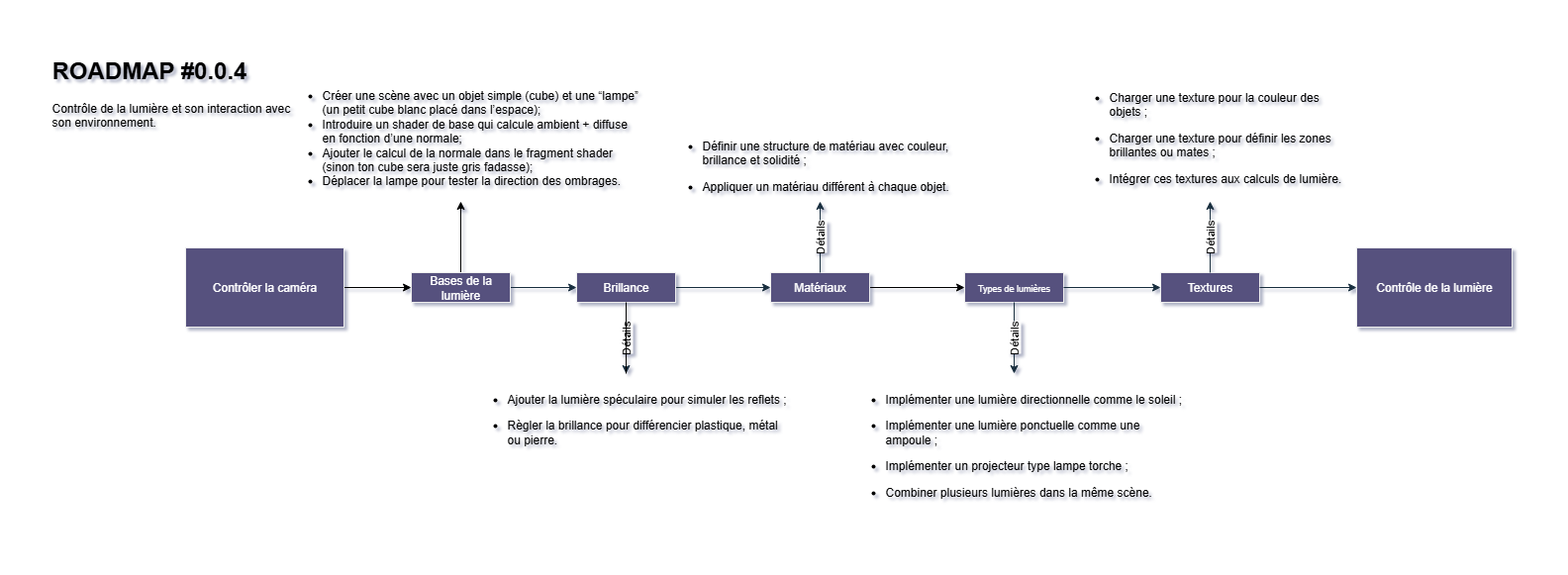
Above: Gestion de projet/Roadmaps/RoadMapV0.0.4.drawio.png in elliotdefurne/OpenGLProject (draw.io), before the change. Source tidied: cells renumbered, new cells last; positions are measured from the earlier drawing's top-left corner, leaving out a move shared by most shapes.
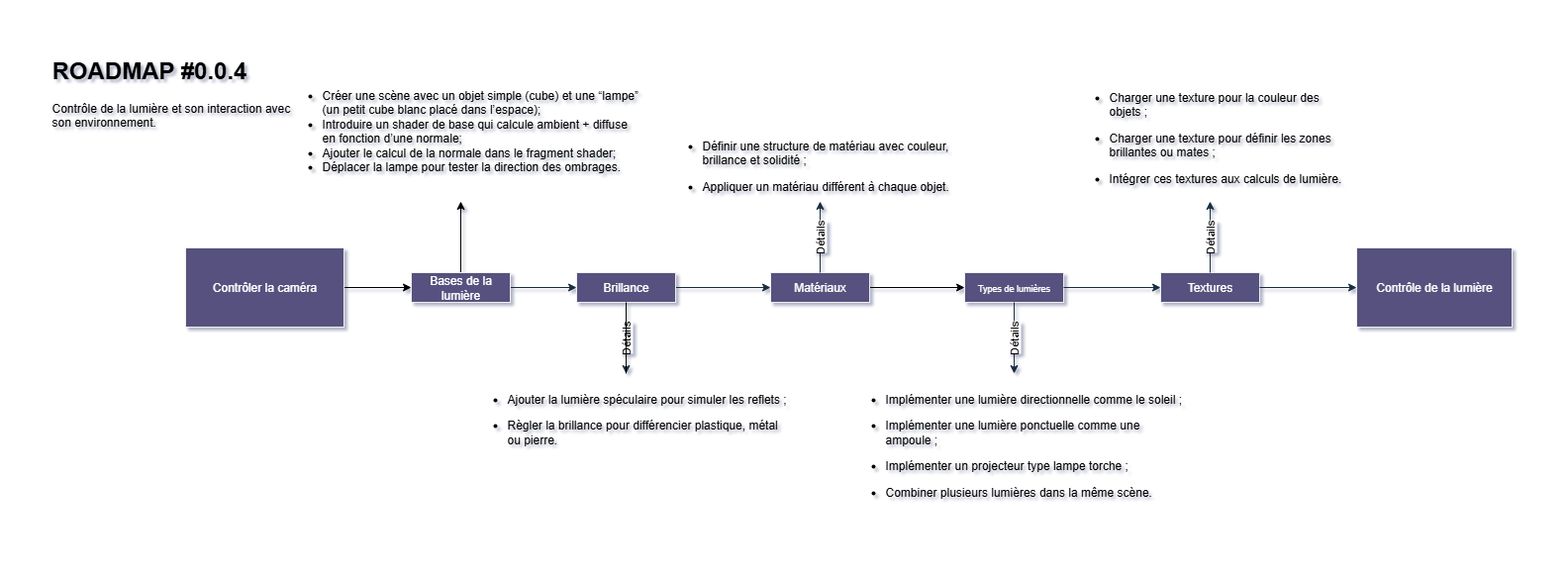
Later version of the same file.

What changed in the source:
```diff
@@ -59,7 +59,7 @@
     <mxCell id="20" value="Bases de la lumière" style="rounded=0;whiteSpace=wrap;html=1;align=center;labelBackgroundColor=none;fillColor=#56517E;strokeColor=#EEEEEE;fontColor=#FFFFFF;" parent="1" vertex="1">
       <mxGeometry x="365" y="225" width="100" height="30" as="geometry" />
     </mxCell>
-    <mxCell id="21" value="&lt;ul&gt;&lt;li&gt;Créer une scène avec un objet simple (cube) et une “lampe” (un petit cube blanc placé dans l’espace);&lt;/li&gt;&lt;li&gt;Introduire un shader de base qui calcule ambient + diffuse en fonction d’une normale;&lt;/li&gt;&lt;li&gt;Ajouter le calcul de la normale dans le fragment shader (sinon ton cube sera juste gris fadasse);&lt;/li&gt;&lt;li&gt;Déplacer la lampe pour tester la direction des ombrages.&lt;/li&gt;&lt;/ul&gt;" style="text;html=1;whiteSpace=wrap;overflow=hidden;rounded=0;labelBackgroundColor=none;fontColor=light-dark(#000000, #121212);align=left;" parent="1" vertex="1">
+    <mxCell id="21" value="&lt;ul&gt;&lt;li&gt;Créer une scène avec un objet simple (cube) et une “lampe” (un petit cube blanc placé dans l’espace);&lt;/li&gt;&lt;li&gt;Introduire un shader de base qui calcule ambient + diffuse en fonction d’une normale;&lt;/li&gt;&lt;li&gt;Ajouter le calcul de la normale dans le fragment shader;&lt;/li&gt;&lt;li&gt;Déplacer la lampe pour tester la direction des ombrages.&lt;/li&gt;&lt;/ul&gt;" style="text;html=1;whiteSpace=wrap;overflow=hidden;rounded=0;labelBackgroundColor=none;fontColor=light-dark(#000000, #121212);align=left;" parent="1" vertex="1">
       <mxGeometry x="232.5" y="20" width="365" height="133" as="geometry" />
     </mxCell>
     <mxCell id="22" value="Textures" style="rounded=0;whiteSpace=wrap;html=1;align=center;labelBackgroundColor=none;fillColor=#56517E;strokeColor=#EEEEEE;fontColor=#FFFFFF;" parent="1" vertex="1">
```
